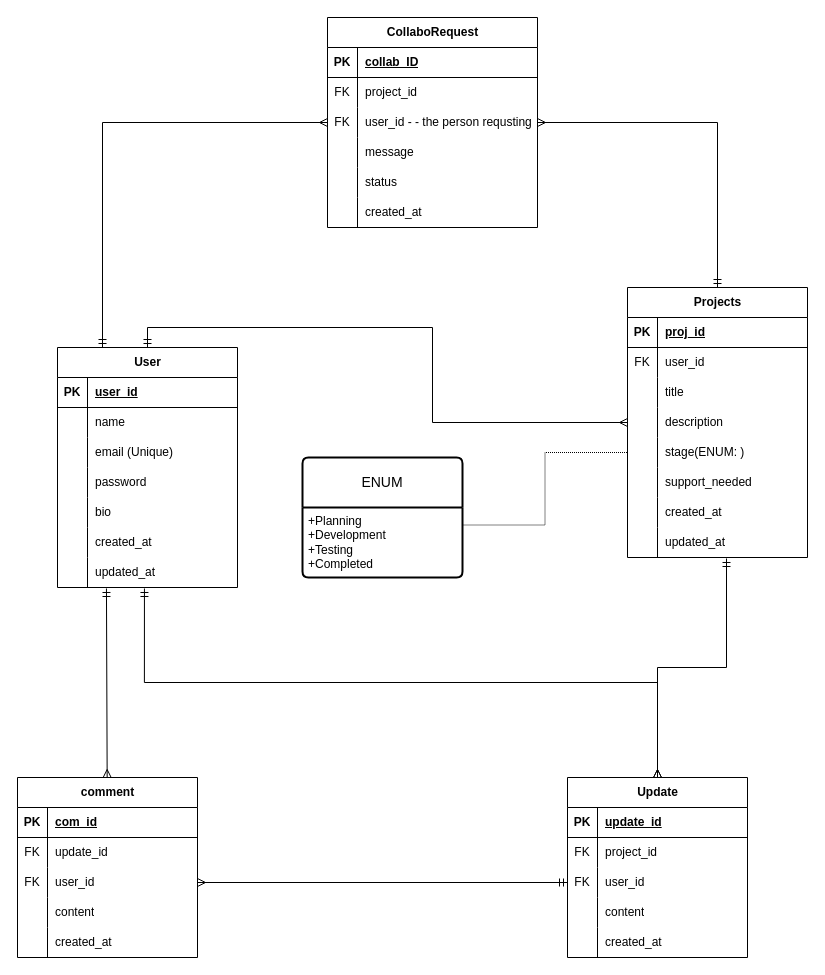
The draw.io diagram Docs/Untitled Diagram.drawio in Precious0825M/MzansiBuilds-Platform, before the edit. Source tidied: cells renumbered, new cells numbered last; positions are measured from the earlier drawing's top-left corner, leaving out a move shared by most shapes. Both pictures are drawn from the tidied source at 100%, with x=0, y=0 at pixel (17, 17).
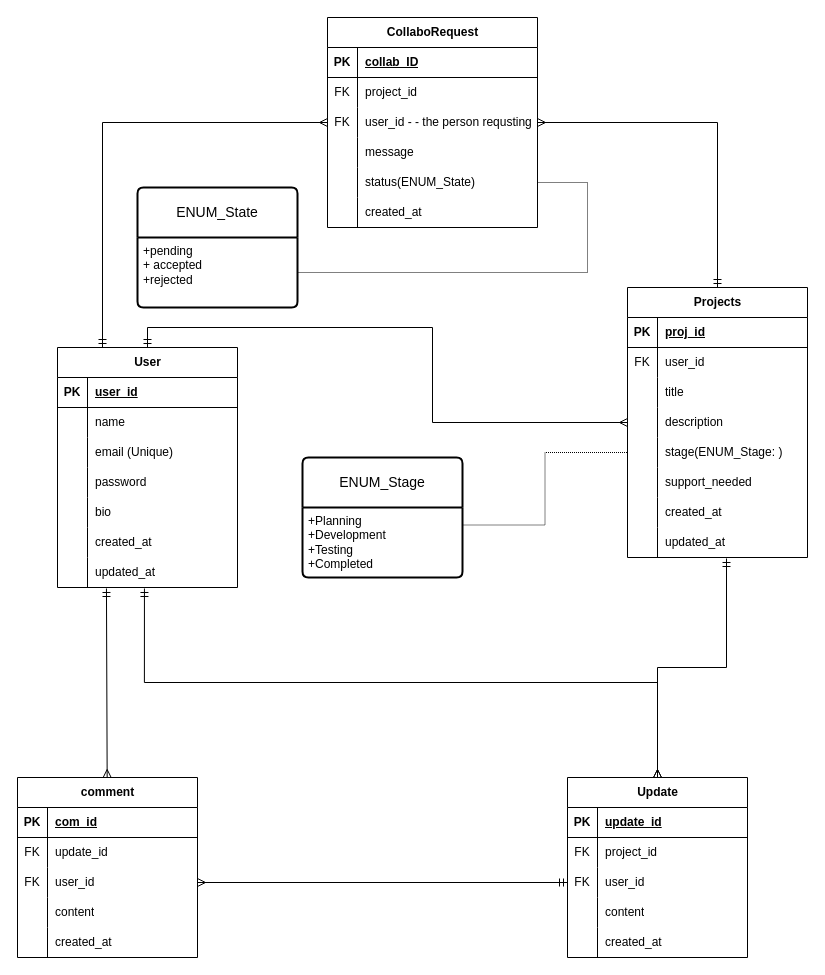
The same page after the edit.

Unchanged cells that the change refers to:
```xml
<mxCell id="38" style="shape=tableRow;horizontal=0;startSize=0;swimlaneHead=0;swimlaneBody=0;fillColor=none;points=[[0,0.5],[1,0.5]];portConstraint=eastwest;top=0;left=0;right=0;bottom=0;" parent="25" vertex="1">
  <mxGeometry y="150" width="180" height="30" as="geometry" />
</mxCell>
<mxCell id="81" style="shape=tableRow;horizontal=0;startSize=0;swimlaneHead=0;swimlaneBody=0;fillColor=none;points=[[0,0.5],[1,0.5]];portConstraint=eastwest;top=0;left=0;right=0;bottom=0;" parent="68" vertex="1">
  <mxGeometry y="150" width="210" height="30" as="geometry" />
</mxCell>
```

The edit, as a diff of the source:
```diff
@@
-    <mxCell id="40" value="stage(ENUM: )" style="shape=partialRectangle;fillColor=none;top=0;left=0;bottom=0;right=0;align=left;spacingLeft=6;overflow=hidden;whiteSpace=wrap;html=1;" parent="38" vertex="1">
+    <mxCell id="40" value="stage(ENUM_Stage: )" style="shape=partialRectangle;fillColor=none;top=0;left=0;bottom=0;right=0;align=left;spacingLeft=6;overflow=hidden;whiteSpace=wrap;html=1;" parent="38" vertex="1">
       <mxGeometry x="30" width="150" height="30" as="geometry" />
     </mxCell>
@@
-    <mxCell id="50" value="ENUM" style="swimlane;horizontal=1;startSize=50;rounded=1;fontSize=14;fontStyle=0;strokeWidth=2;shadow=0;dashed=0;align=center;arcSize=4;whiteSpace=wrap;html=1;" parent="1" vertex="1">
+    <mxCell id="50" value="ENUM_Stage" style="swimlane;horizontal=1;startSize=50;rounded=1;fontSize=14;fontStyle=0;strokeWidth=2;shadow=0;dashed=0;align=center;arcSize=4;whiteSpace=wrap;html=1;" parent="1" vertex="1">
       <mxGeometry x="285" y="440" width="160" height="120" as="geometry" />
     </mxCell>
@@
-    <mxCell id="83" value="status" style="shape=partialRectangle;fillColor=none;top=0;left=0;bottom=0;right=0;align=left;spacingLeft=6;overflow=hidden;whiteSpace=wrap;html=1;" parent="81" vertex="1">
+    <mxCell id="83" value="status(ENUM_State)" style="shape=partialRectangle;fillColor=none;top=0;left=0;bottom=0;right=0;align=left;spacingLeft=6;overflow=hidden;whiteSpace=wrap;html=1;" parent="81" vertex="1">
       <mxGeometry x="30" width="180" height="30" as="geometry" />
     </mxCell>
@@
+    <mxCell id="110" value="ENUM_State" style="swimlane;horizontal=1;startSize=50;rounded=1;fontSize=14;fontStyle=0;strokeWidth=2;shadow=0;dashed=0;align=center;arcSize=4;whiteSpace=wrap;html=1;" parent="1" vertex="1">
+      <mxGeometry x="120" y="170" width="160" height="120" as="geometry" />
+    </mxCell>
+    <mxCell id="111" value="+pending&lt;br&gt;&lt;div&gt;+ accepted&lt;/div&gt;&lt;div&gt;+rejected&lt;/div&gt;" style="align=left;strokeColor=none;fillColor=none;spacingLeft=4;spacingRight=4;fontSize=12;verticalAlign=top;html=1;whiteSpace=wrap;" parent="110" vertex="1">
+      <mxGeometry y="50" width="160" height="70" as="geometry" />
+    </mxCell>
+    <mxCell id="112" style="edgeStyle=orthogonalEdgeStyle;rounded=0;jettySize=auto;html=1;entryX=1;entryY=0.5;entryDx=0;entryDy=0;exitX=1;exitY=0.5;exitDx=0;exitDy=0;dashed=1;dashPattern=1 1;endArrow=none;endFill=0;" parent="1" edge="1" source="111" target="81">
+      <mxGeometry relative="1" as="geometry">
+        <Array as="points">
+          <mxPoint x="570" y="255" />
+          <mxPoint x="570" y="165" />
+        </Array>
+      </mxGeometry>
+    </mxCell>
```
